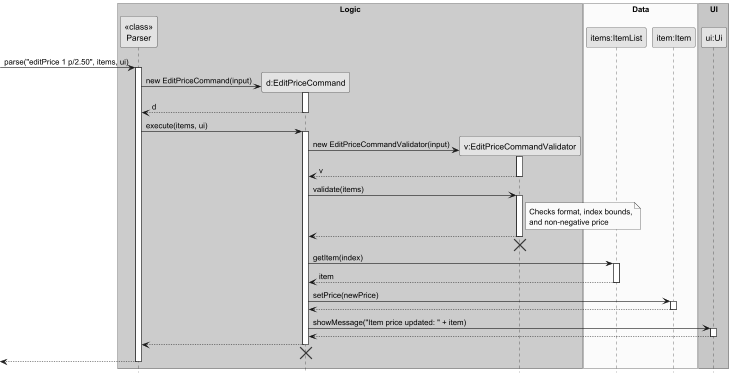
This is docs/diagrams/EditPriceCommandSequenceDiagram.png from fmohamedfaras/tp, a PlantUML export, as it was before one commit. Source of this version:
```plantuml
@startuml
skinparam monochrome true
skinparam shadowing false
hide footbox

box "Logic" #LightBlue
participant "<<class>>\nParser" as Parser
participant "d:EditPriceCommand" as EditPriceCommand
participant "v:EditPriceCommandValidator" as EditPriceCommandValidator
end box

box "Data" #LightYellow
participant "items:ItemList" as ItemList
participant "item:Item" as Item
end box

box "UI" #LightGreen
participant "ui:Ui" as Ui
end box

-> Parser : parse("editPrice 1 p/2.50", items, ui)
activate Parser

create EditPriceCommand
Parser -> EditPriceCommand : new EditPriceCommand(input)
activate EditPriceCommand
EditPriceCommand --> Parser : d
deactivate EditPriceCommand

Parser -> EditPriceCommand : execute(items, ui)
activate EditPriceCommand

create EditPriceCommandValidator
EditPriceCommand -> EditPriceCommandValidator : new EditPriceCommandValidator(input)
activate EditPriceCommandValidator
EditPriceCommandValidator --> EditPriceCommand : v
deactivate EditPriceCommandValidator

EditPriceCommand -> EditPriceCommandValidator : validate(items)
activate EditPriceCommandValidator
note right of EditPriceCommandValidator
  Checks format, index bounds,
  and non-negative price
end note
EditPriceCommandValidator --> EditPriceCommand
deactivate EditPriceCommandValidator
EditPriceCommandValidator -[hidden]-> EditPriceCommand
destroy EditPriceCommandValidator

EditPriceCommand -> ItemList : getItem(index)
activate ItemList
ItemList --> EditPriceCommand : item
deactivate ItemList

EditPriceCommand -> Item : setPrice(newPrice)
activate Item
Item --> EditPriceCommand
deactivate Item

EditPriceCommand -> Ui : showMessage("Item price updated: " + item)
activate Ui
Ui --> EditPriceCommand
deactivate Ui

EditPriceCommand --> Parser
deactivate EditPriceCommand
EditPriceCommand -[hidden]-> Parser
destroy EditPriceCommand

<-- Parser
deactivate Parser

@enduml
```
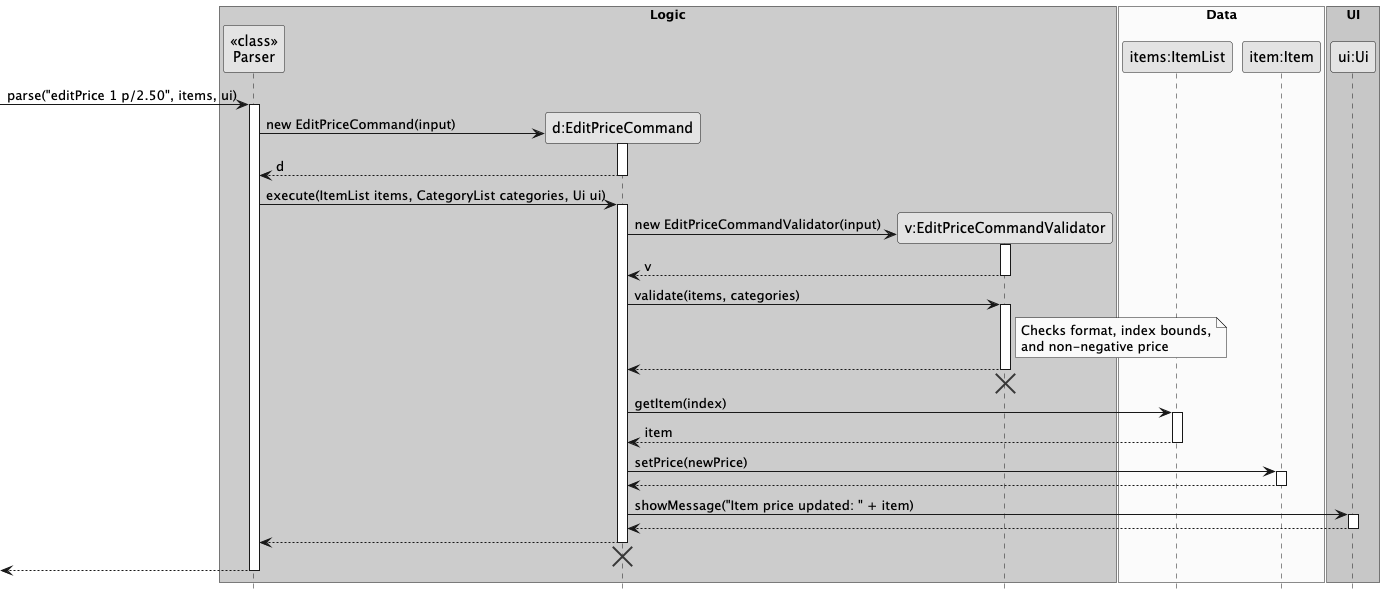
Above is the later version.

Change to the diagram source:
```diff
@@ -27,7 +27,7 @@
 EditPriceCommand --> Parser : d
 deactivate EditPriceCommand
 
-Parser -> EditPriceCommand : execute(items, ui)
+Parser -> EditPriceCommand : execute(ItemList items, CategoryList categories, Ui ui)
 activate EditPriceCommand
 
 create EditPriceCommandValidator
@@ -36,7 +36,7 @@
 EditPriceCommandValidator --> EditPriceCommand : v
 deactivate EditPriceCommandValidator
 
-EditPriceCommand -> EditPriceCommandValidator : validate(items)
+EditPriceCommand -> EditPriceCommandValidator : validate(items, categories)
 activate EditPriceCommandValidator
 note right of EditPriceCommandValidator
   Checks format, index bounds,
```
